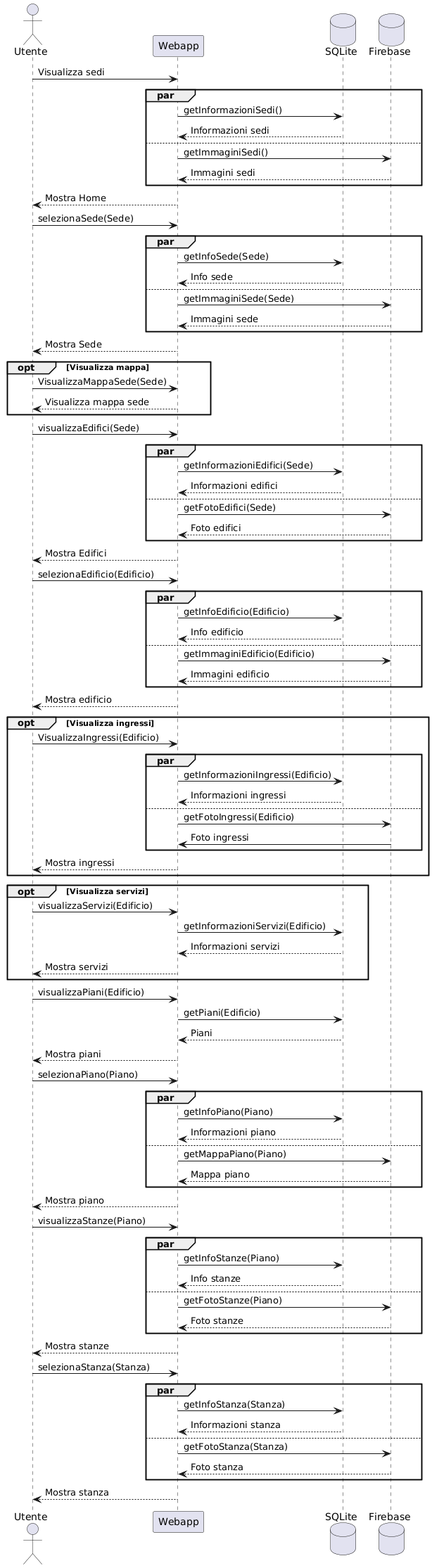
The PlantUML diagram Diagrammi UML/Sequence Diagram/Sequence Diagram.png in F-Bucci/AccessiBG, before a commit.
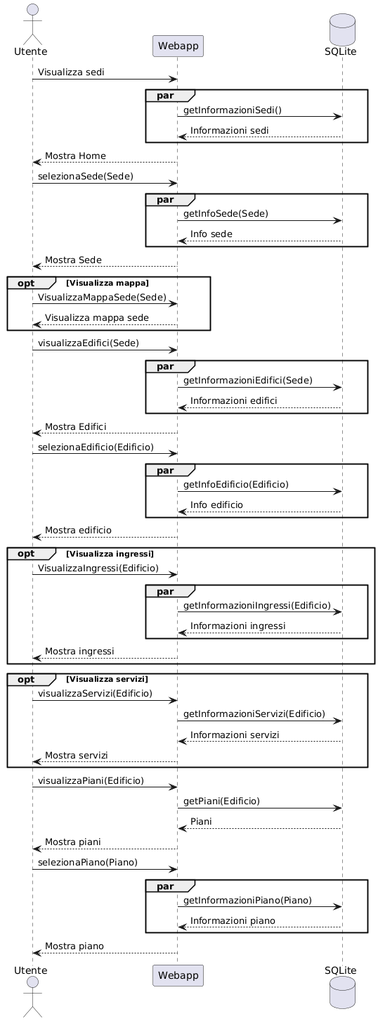
Later version of the same file.

Commit message:
Aggiornamento Sequence Diagram

What changed in the source:
```diff
@@ -2,16 +2,12 @@
 actor Utente
 participant Webapp
 database SQLite
-database Firebase
 
 Utente -> Webapp : Visualizza sedi
 
 par
     Webapp -> SQLite : getInformazioniSedi()
     SQLite --> Webapp : Informazioni sedi
-else
-    Webapp -> Firebase : getImmaginiSedi()
-    Firebase --> Webapp : Immagini sedi
 end
 
 Webapp --> Utente : Mostra Home
@@ -21,9 +17,6 @@
 par
     Webapp -> SQLite : getInfoSede(Sede)
     SQLite --> Webapp : Info sede
-else
-    Webapp -> Firebase : getImmaginiSede(Sede)
-    Firebase --> Webapp : Immagini sede
 end
 
 Webapp --> Utente : Mostra Sede
@@ -38,9 +31,6 @@
 par
     Webapp -> SQLite : getInformazioniEdifici(Sede)
     SQLite --> Webapp : Informazioni edifici
-else
-    Webapp -> Firebase : getFotoEdifici(Sede)
-    Firebase --> Webapp : Foto edifici
 end
 
 Webapp --> Utente : Mostra Edifici
@@ -50,9 +40,6 @@
 par
     Webapp -> SQLite : getInfoEdificio(Edificio)
     SQLite --> Webapp : Info edificio
-else
-    Webapp -> Firebase : getImmaginiEdificio(Edificio)
-    Firebase --> Webapp : Immagini edificio
 end
 
 Webapp --> Utente : Mostra edificio
@@ -63,9 +50,6 @@
     par
         Webapp -> SQLite : getInformazioniIngressi(Edificio)
         SQLite --> Webapp : Informazioni ingressi
-    else
-        Webapp -> Firebase : getFotoIngressi(Edificio)
-        Firebase -> Webapp : Foto ingressi
     end
 
     Webapp --> Utente : Mostra ingressi
@@ -86,36 +70,9 @@
 Utente -> Webapp : selezionaPiano(Piano)
 
 par
-    Webapp -> SQLite : getInfoPiano(Piano)
+    Webapp -> SQLite : getInformazioniPiano(Piano)
     SQLite --> Webapp : Informazioni piano
-else
-    Webapp -> Firebase : getMappaPiano(Piano)
-    Firebase --> Webapp : Mappa piano
 end
 
 Webapp --> Utente : Mostra piano
-
-Utente -> Webapp : visualizzaStanze(Piano)
-
-par
-    Webapp -> SQLite : getInfoStanze(Piano)
-    SQLite --> Webapp : Info stanze
-else
-    Webapp -> Firebase : getFotoStanze(Piano)
-    Firebase --> Webapp : Foto stanze
-end
-
-Webapp --> Utente: Mostra stanze
-
-Utente -> Webapp : selezionaStanza(Stanza)
-
-par
-    Webapp -> SQLite : getInfoStanza(Stanza)
-    SQLite --> Webapp : Informazioni stanza
-else
-    Webapp -> Firebase : getFotoStanza(Stanza)
-    Firebase --> Webapp : Foto stanza
-end
-
-Webapp --> Utente : Mostra stanza
 @enduml
```
